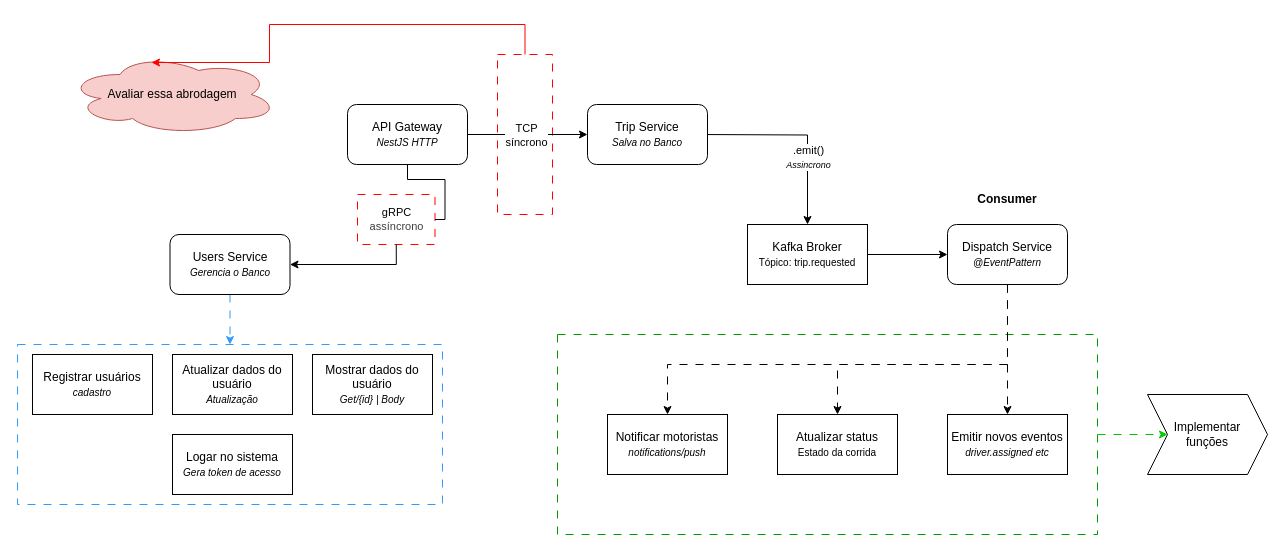
This is trip.requested.drawio from MathVans/Uber_Microsservices, a draw.io file, before an edit. Source tidied: cells renumbered, new cells numbered last; positions are measured from the earlier drawing's top-left corner, leaving out a move shared by most shapes. Both pictures are drawn from the tidied source at 100%, with x=0, y=0 at pixel (17, 24).
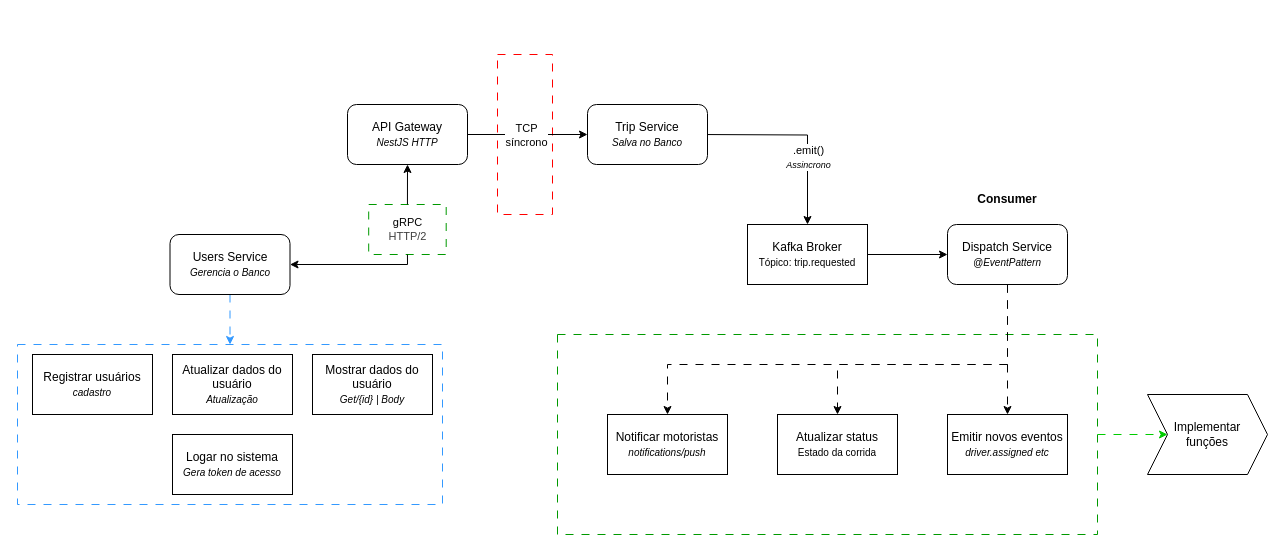
The same diagram, later.

Commit message (it also covers changes not shown here):
refactor(trip): Implementing .proto for trip functions and objects

Unchanged cells that the change refers to:
```xml
<mxCell id="4" style="rounded=0;whiteSpace=wrap;html=1;fillColor=none;dashed=1;dashPattern=8 8;shadow=0;glass=0;perimeterSpacing=0;strokeColor=light-dark(#FF0000,#FF0000);" parent="1" vertex="1">
  <mxGeometry x="480" y="30" width="55" height="160" as="geometry" />
</mxCell>
<mxCell id="8" value="API Gateway&lt;div&gt;&lt;i&gt;&lt;font style=&quot;font-size: 10px;&quot;&gt;NestJS HTTP&lt;/font&gt;&lt;/i&gt;&lt;/div&gt;" style="rounded=1;whiteSpace=wrap;html=1;" parent="1" vertex="1">
  <mxGeometry x="330" y="80" width="120" height="60" as="geometry" />
</mxCell>
<mxCell id="27" value="Users Service&lt;div&gt;&lt;i&gt;&lt;font style=&quot;font-size: 10px;&quot;&gt;Gerencia o Banco&lt;/font&gt;&lt;/i&gt;&lt;/div&gt;" style="rounded=1;whiteSpace=wrap;html=1;" parent="1" vertex="1">
  <mxGeometry x="152.5" y="210" width="120" height="60" as="geometry" />
</mxCell>
```

What changed in the source:
```diff
@@
-    <mxCell id="2" style="rounded=0;whiteSpace=wrap;html=1;fillColor=none;dashed=1;dashPattern=8 8;shadow=0;glass=0;perimeterSpacing=0;strokeColor=light-dark(#FF0000,#FF0000);" parent="1" vertex="1">
-      <mxGeometry x="340" y="170" width="77.5" height="50" as="geometry" />
+    <mxCell id="2" style="rounded=0;whiteSpace=wrap;html=1;fillColor=none;dashed=1;dashPattern=8 8;shadow=0;glass=0;perimeterSpacing=0;strokeColor=light-dark(#009900,#FF0000);" parent="1" vertex="1">
+      <mxGeometry x="351.2" y="180" width="77.5" height="50" as="geometry" />
     </mxCell>
@@
-    <mxCell id="22" value="Avaliar essa abrodagem" style="ellipse;shape=cloud;whiteSpace=wrap;html=1;strokeColor=#b85450;fillColor=#f8cecc;" parent="1" vertex="1">
-      <mxGeometry x="50" y="30" width="210" height="80" as="geometry" />
-    </mxCell>
-    <mxCell id="23" style="edgeStyle=orthogonalEdgeStyle;rounded=0;jettySize=auto;html=1;entryX=0.4;entryY=0.1;entryDx=0;entryDy=0;entryPerimeter=0;strokeColor=light-dark(#FF0000,#FF0000);" parent="1" edge="1" source="4" target="22">
-      <mxGeometry relative="1" as="geometry">
-        <Array as="points">
-          <mxPoint x="508" />
-          <mxPoint x="252" />
-          <mxPoint x="252" y="38" />
-        </Array>
-      </mxGeometry>
-    </mxCell>
@@
-    <mxCell id="28" value="gRPC&lt;br&gt;&lt;div style=&quot;forced-color-adjust: none; color: rgb(63, 63, 63); scrollbar-color: rgb(226, 226, 226) rgb(251, 251, 251); font-family: Helvetica; font-size: 11px; font-style: normal; font-variant-ligatures: normal; font-variant-caps: normal; font-weight: 400; letter-spacing: normal; orphans: 2; text-align: center; text-indent: 0px; text-transform: none; widows: 2; word-spacing: 0px; -webkit-text-stroke-width: 0px; white-space: nowrap; text-decoration-thickness: initial; text-decoration-style: initial; text-decoration-color: initial;&quot;&gt;assíncrono&lt;/div&gt;" style="endArrow=classic;html=1;exitX=0.5;exitY=1;exitDx=0;exitDy=0;entryX=1;entryY=0.5;entryDx=0;entryDy=0;edgeStyle=orthogonalEdgeStyle;elbow=horizontal;rounded=0;" parent="1" edge="1" source="2" target="27">
+    <mxCell id="28" value="gRPC&lt;br&gt;&lt;div style=&quot;forced-color-adjust: none; color: rgb(63, 63, 63); scrollbar-color: rgb(226, 226, 226) rgb(251, 251, 251); font-family: Helvetica; font-size: 11px; font-style: normal; font-variant-ligatures: normal; font-variant-caps: normal; font-weight: 400; letter-spacing: normal; orphans: 2; text-align: center; text-indent: 0px; text-transform: none; widows: 2; word-spacing: 0px; -webkit-text-stroke-width: 0px; white-space: nowrap; text-decoration-thickness: initial; text-decoration-style: initial; text-decoration-color: initial;&quot;&gt;HTTP/2&lt;/div&gt;" style="endArrow=classic;html=1;exitX=0.5;exitY=1;exitDx=0;exitDy=0;entryX=1;entryY=0.5;entryDx=0;entryDy=0;edgeStyle=orthogonalEdgeStyle;elbow=horizontal;rounded=0;" parent="1" edge="1" source="2" target="27">
       <mxGeometry x="-1" y="25" relative="1" as="geometry">
         <mxPoint x="-25" y="-25" as="offset" />
       </mxGeometry>
     </mxCell>
@@
-    <mxCell id="33" style="endArrow=none;html=1;exitX=0.5;exitY=1;exitDx=0;exitDy=0;entryX=1;entryY=0.5;entryDx=0;entryDy=0;edgeStyle=orthogonalEdgeStyle;elbow=horizontal;rounded=0;endFill=0;" parent="1" edge="1" source="8" target="2">
+    <mxCell id="33" style="endArrow=none;html=1;exitX=0.5;exitY=1;exitDx=0;exitDy=0;entryX=0.5;entryY=0;entryDx=0;entryDy=0;edgeStyle=orthogonalEdgeStyle;elbow=horizontal;rounded=0;endFill=0;startArrow=classic;startFill=1;" parent="1" edge="1" source="8" target="2">
       <mxGeometry x="-0.45" relative="1" as="geometry" />
     </mxCell>
```
